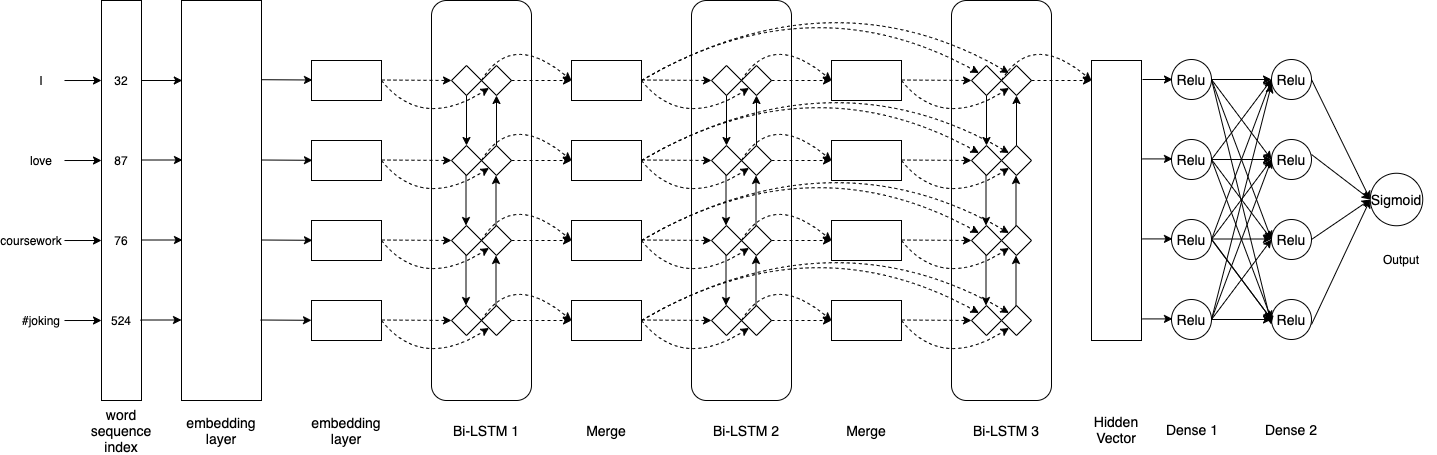
Earlier version of the draw.io export lstmdrawio.png (mexicer/SemEval-2018-task3-THU_NGN). Source tidied: cells renumbered, new cells last; positions are measured from the earlier drawing's top-left corner, leaving out a move shared by most shapes.
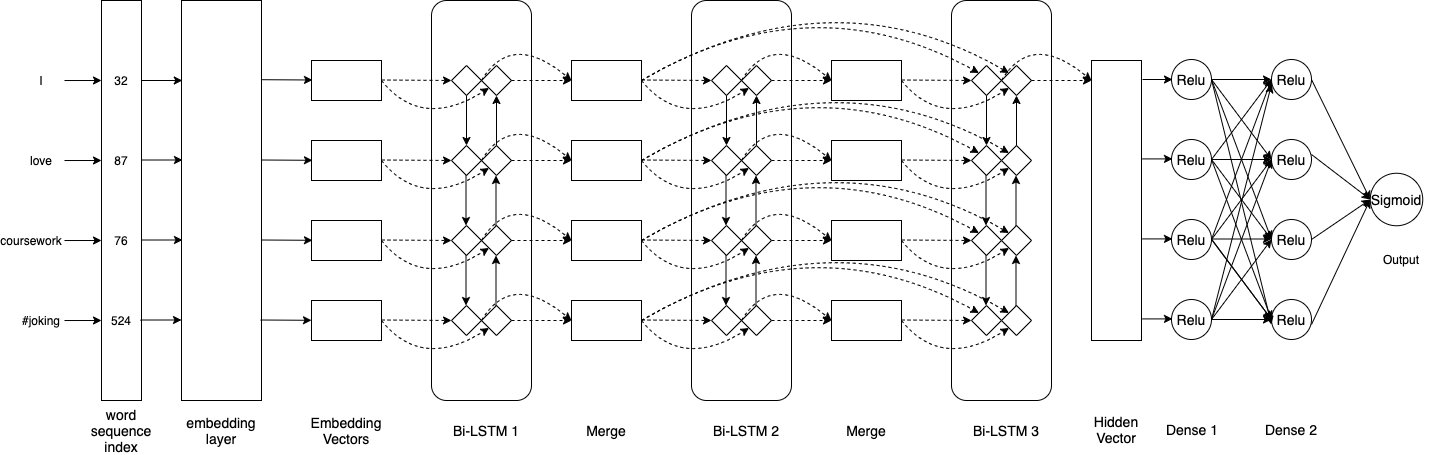
The same diagram one commit later.

Diff of the diagram source:
```diff
@@ -683,7 +683,7 @@
         </Array>
       </mxGeometry>
     </mxCell>
-    <mxCell id="138" value="embedding&lt;br style=&quot;font-size: 14px;&quot;&gt;layer" style="text;html=1;strokeColor=none;fillColor=none;align=center;verticalAlign=middle;whiteSpace=wrap;rounded=0;strokeWidth=14;fontSize=14;" parent="1" vertex="1">
+    <mxCell id="138" value="Embedding&lt;br&gt;Vectors" style="text;html=1;strokeColor=none;fillColor=none;align=center;verticalAlign=middle;whiteSpace=wrap;rounded=0;strokeWidth=14;fontSize=14;" parent="1" vertex="1">
       <mxGeometry x="315" y="450" width="40" height="20" as="geometry" />
     </mxCell>
     <mxCell id="139" style="group;" parent="1" vertex="1">
```
